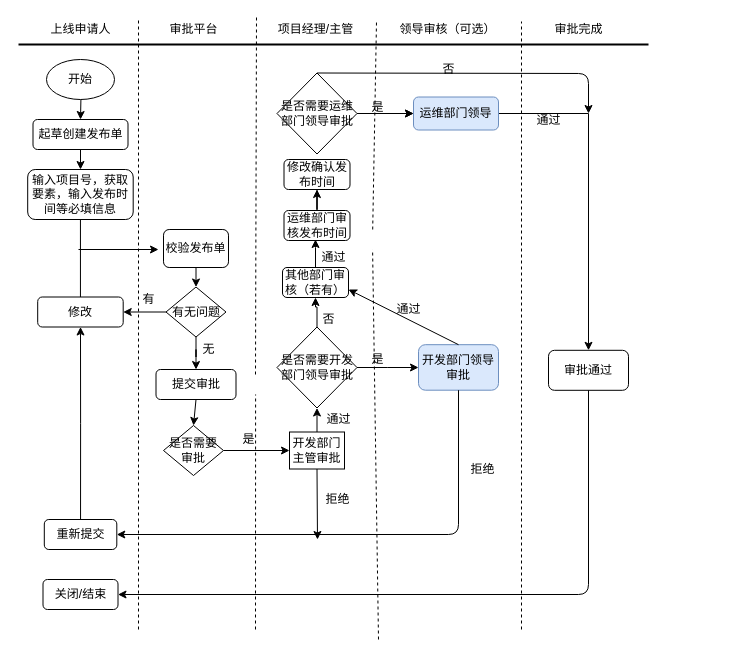
sharonwq/sharon_test keeps this draw.io diagram as src/com/cupd/sharon/Untitled Diagram.drawio. Above is the earlier version. Source tidied: cells renumbered, new cells numbered last; positions are measured from the earlier drawing's top-left corner, leaving out a move shared by most shapes. Both pictures are drawn from the tidied source at 100%, with x=0, y=0 at pixel (18, 17).
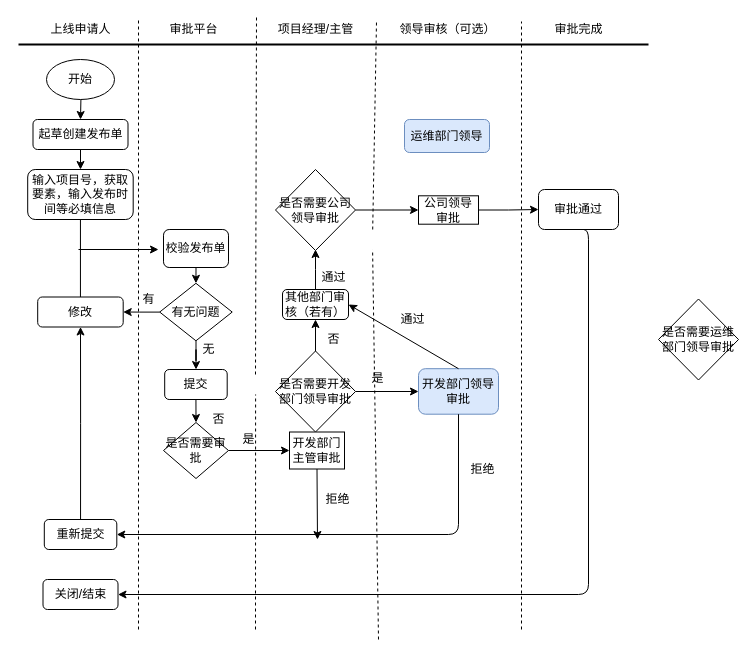
Above is the later version.

The change refers to these unchanged cells:
```xml
<mxCell id="42" value="开发部门主管审批" style="whiteSpace=wrap;html=1;" parent="1" vertex="1">
  <mxGeometry x="271" y="414.5" width="55" height="37" as="geometry" />
</mxCell>
```

What changed in the source:
```diff
@@
-    <mxCell id="14" style="edgeStyle=orthogonalEdgeStyle;rounded=0;jettySize=auto;html=1;" parent="1" edge="1" source="15" target="65">
-      <mxGeometry relative="1" as="geometry" />
-    </mxCell>
-    <mxCell id="15" value="运维部门审核发布时间" style="rounded=1;whiteSpace=wrap;html=1;" parent="1" vertex="1">
-      <mxGeometry x="265.5" y="193" width="66" height="30" as="geometry" />
-    </mxCell>
     <mxCell id="16" value="开发部门领导审批" style="rounded=1;whiteSpace=wrap;html=1;fillColor=#dae8fc;strokeColor=#6c8ebf;" parent="1" vertex="1">
-      <mxGeometry x="400" y="327.2" width="80" height="45.5" as="geometry" />
+      <mxGeometry x="400" y="351.2" width="80" height="45.5" as="geometry" />
     </mxCell>
     <mxCell id="17" value="审批通过" style="rounded=1;whiteSpace=wrap;html=1;" parent="1" vertex="1">
-      <mxGeometry x="530" y="332.8" width="80" height="40" as="geometry" />
+      <mxGeometry x="520" y="172" width="80" height="40" as="geometry" />
     </mxCell>
@@
     <mxCell id="25" value="有无问题" style="rhombus;whiteSpace=wrap;html=1;" parent="1" vertex="1">
-      <mxGeometry x="147.5" y="269.5" width="60" height="50" as="geometry" />
+      <mxGeometry x="141.2" y="265.8" width="72.5" height="57.5" as="geometry" />
     </mxCell>
-    <mxCell id="26" value="提交审批" style="rounded=1;whiteSpace=wrap;html=1;" parent="1" vertex="1">
-      <mxGeometry x="137.5" y="352" width="80" height="30" as="geometry" />
+    <mxCell id="26" value="提交" style="rounded=1;whiteSpace=wrap;html=1;" parent="1" vertex="1">
+      <mxGeometry x="146.2" y="352" width="62.5" height="30" as="geometry" />
     </mxCell>
@@
-    <mxCell id="36" style="edgeStyle=orthogonalEdgeStyle;rounded=0;jettySize=auto;html=1;" parent="1" edge="1" source="37" target="17">
-      <mxGeometry relative="1" as="geometry" />
-    </mxCell>
     <mxCell id="37" value="运维部门领导" style="rounded=1;whiteSpace=wrap;html=1;fillColor=#dae8fc;strokeColor=#6c8ebf;" parent="1" vertex="1">
-      <mxGeometry x="395" y="79.5" width="85" height="33" as="geometry" />
+      <mxGeometry x="386" y="102" width="85" height="33" as="geometry" />
     </mxCell>
@@
     <mxCell id="41" value="是否需要审批" style="rhombus;whiteSpace=wrap;html=1;" parent="1" vertex="1">
-      <mxGeometry x="145" y="408" width="60" height="50" as="geometry" />
+      <mxGeometry x="145" y="405" width="65" height="56" as="geometry" />
     </mxCell>
@@
     <mxCell id="45" value="是否需要开发部门领导审批" style="rhombus;whiteSpace=wrap;html=1;" parent="1" vertex="1">
-      <mxGeometry x="258.5" y="309.5" width="80" height="81" as="geometry" />
+      <mxGeometry x="257" y="333.5" width="80" height="81" as="geometry" />
     </mxCell>
@@
-    <mxCell id="47" style="edgeStyle=orthogonalEdgeStyle;rounded=0;jettySize=auto;html=1;" parent="1" edge="1" source="49" target="37">
-      <mxGeometry relative="1" as="geometry" />
-    </mxCell>
-    <mxCell id="48" style="edgeStyle=orthogonalEdgeStyle;rounded=0;jettySize=auto;html=1;" parent="1" edge="1" source="49" target="37">
-      <mxGeometry relative="1" as="geometry" />
-    </mxCell>
     <mxCell id="49" value="是否需要运维部门领导审批" style="rhombus;whiteSpace=wrap;html=1;" parent="1" vertex="1">
-      <mxGeometry x="258.5" y="55.5" width="80" height="81" as="geometry" />
+      <mxGeometry x="640" y="281.5" width="80" height="81" as="geometry" />
     </mxCell>
-    <mxCell id="50" value="通过" style="text;html=1;align=center;verticalAlign=middle;strokeColor=none;" parent="1" vertex="1">
-      <mxGeometry x="510" y="92.5" width="40" height="20" as="geometry" />
-    </mxCell>
     <mxCell id="51" style="edgeStyle=orthogonalEdgeStyle;rounded=0;jettySize=auto;html=1;" parent="1" edge="1" source="52">
       <mxGeometry relative="1" as="geometry">
-        <mxPoint x="297" y="222" as="targetPoint" />
+        <mxPoint x="297" y="232" as="targetPoint" />
       </mxGeometry>
     </mxCell>
     <mxCell id="52" value="其他部门审核（若有）" style="rounded=1;whiteSpace=wrap;html=1;" parent="1" vertex="1">
-      <mxGeometry x="264" y="250" width="66" height="30" as="geometry" />
+      <mxGeometry x="264" y="272" width="66" height="30" as="geometry" />
     </mxCell>
     <mxCell id="53" value="通过" style="text;html=1;align=center;verticalAlign=middle;strokeColor=none;" parent="1" vertex="1">
-      <mxGeometry x="295" y="230" width="40" height="20" as="geometry" />
+      <mxGeometry x="295" y="250" width="40" height="20" as="geometry" />
     </mxCell>
     <mxCell id="54" value="是" style="text;html=1;align=center;verticalAlign=middle;strokeColor=none;" parent="1" vertex="1">
-      <mxGeometry x="344" y="332" width="30" height="20" as="geometry" />
+      <mxGeometry x="344" y="351.2" width="30" height="20" as="geometry" />
     </mxCell>
-    <mxCell id="55" style="endArrow=classic;html=1;exitX=0.5;exitY=0;exitDx=0;exitDy=0;" parent="1" edge="1" source="16">
-      <mxGeometry relative="1" as="geometry">
-        <mxPoint x="330" y="272" as="targetPoint" />
-      </mxGeometry>
+    <mxCell id="55" style="endArrow=classic;html=1;exitX=0.5;exitY=0;exitDx=0;exitDy=0;entryX=1;entryY=0.5;entryDx=0;entryDy=0;" parent="1" edge="1" source="16" target="52">
+      <mxGeometry relative="1" as="geometry" />
     </mxCell>
     <mxCell id="56" value="否" style="text;html=1;align=center;verticalAlign=middle;strokeColor=none;" parent="1" vertex="1">
-      <mxGeometry x="295" y="292" width="30" height="20" as="geometry" />
+      <mxGeometry x="300" y="312" width="30" height="20" as="geometry" />
     </mxCell>
-    <mxCell id="57" style="endArrow=classic;html=1;exitX=0.5;exitY=0;exitDx=0;exitDy=0;entryX=0.5;entryY=1;entryDx=0;entryDy=0;" parent="1" edge="1" source="42" target="45">
-      <mxGeometry relative="1" as="geometry" />
-    </mxCell>
-    <mxCell id="58" value="通过" style="text;html=1;align=center;verticalAlign=middle;strokeColor=none;" parent="1" vertex="1">
-      <mxGeometry x="300" y="392" width="40" height="20" as="geometry" />
-    </mxCell>
@@
     <mxCell id="60" value="通过" style="text;html=1;align=center;verticalAlign=middle;strokeColor=none;" parent="1" vertex="1">
-      <mxGeometry x="370" y="282" width="40" height="20" as="geometry" />
+      <mxGeometry x="374" y="292" width="40" height="20" as="geometry" />
     </mxCell>
@@
-    <mxCell id="65" value="修改确认发布时间" style="rounded=1;whiteSpace=wrap;html=1;" parent="1" vertex="1">
-      <mxGeometry x="265.5" y="142" width="66" height="30" as="geometry" />
-    </mxCell>
-    <mxCell id="66" value="是" style="text;html=1;align=center;verticalAlign=middle;strokeColor=none;" parent="1" vertex="1">
-      <mxGeometry x="344" y="79.5" width="30" height="20" as="geometry" />
-    </mxCell>
-    <mxCell id="67" style="endArrow=classic;html=1;exitX=0.5;exitY=0;exitDx=0;exitDy=0;" parent="1" edge="1" source="49">
-      <mxGeometry relative="1" as="geometry">
-        <mxPoint x="570" y="96" as="targetPoint" />
-        <Array as="points">
-          <mxPoint x="570" y="56" />
-        </Array>
-      </mxGeometry>
-    </mxCell>
-    <mxCell id="68" value="否" style="text;html=1;align=center;verticalAlign=middle;strokeColor=none;" parent="1" vertex="1">
-      <mxGeometry x="415" y="42" width="30" height="20" as="geometry" />
+    <mxCell id="68" value="否" style="text;html=1;align=center;verticalAlign=middle;strokeColor=none;fillColor=none;" parent="1" vertex="1">
+      <mxGeometry x="185" y="392" width="30" height="20" as="geometry" />
     </mxCell>
+    <mxCell id="69" style="edgeStyle=orthogonalEdgeStyle;rounded=0;jettySize=auto;html=1;" parent="1" edge="1" source="70" target="72">
+      <mxGeometry relative="1" as="geometry" />
+    </mxCell>
+    <mxCell id="70" value="是否需要公司领导审批" style="rhombus;whiteSpace=wrap;html=1;" parent="1" vertex="1">
+      <mxGeometry x="257" y="152" width="80" height="81" as="geometry" />
+    </mxCell>
+    <mxCell id="71" style="edgeStyle=orthogonalEdgeStyle;rounded=0;jettySize=auto;html=1;entryX=0;entryY=0.5;entryDx=0;entryDy=0;" parent="1" edge="1" source="72" target="17">
+      <mxGeometry relative="1" as="geometry" />
+    </mxCell>
+    <mxCell id="72" value="公司领导审批" style="whiteSpace=wrap;html=1;" parent="1" vertex="1">
+      <mxGeometry x="400" y="178.3" width="60" height="28.4" as="geometry" />
+    </mxCell>
```
